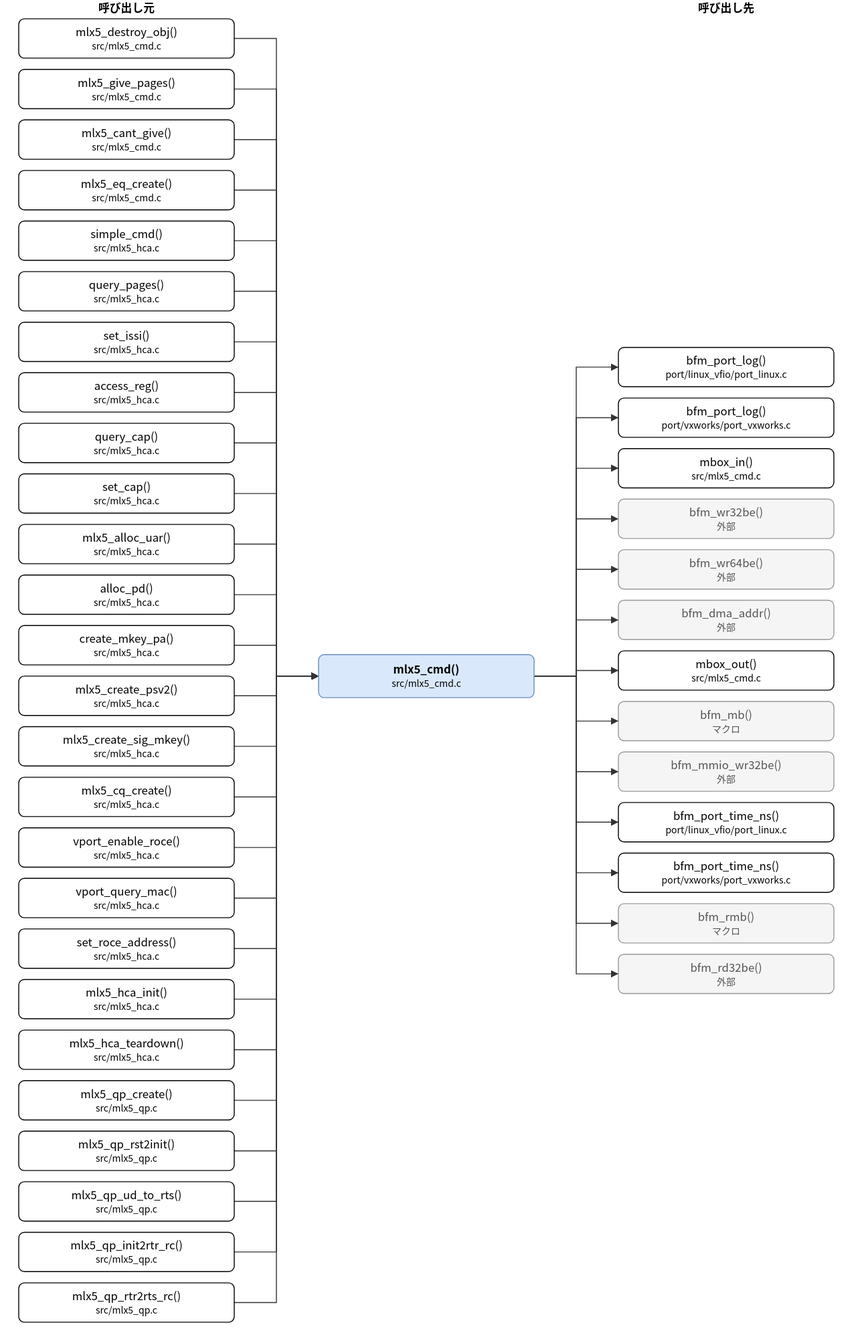
Above: doc/spec/images/call_src_mlx5_cmd-mlx5_cmd.drawio.svg in hf355051012-ai/bfmem (draw.io), before the change. Source tidied: cells renumbered, new cells last; positions are measured from the earlier drawing's top-left corner, leaving out a move shared by most shapes.
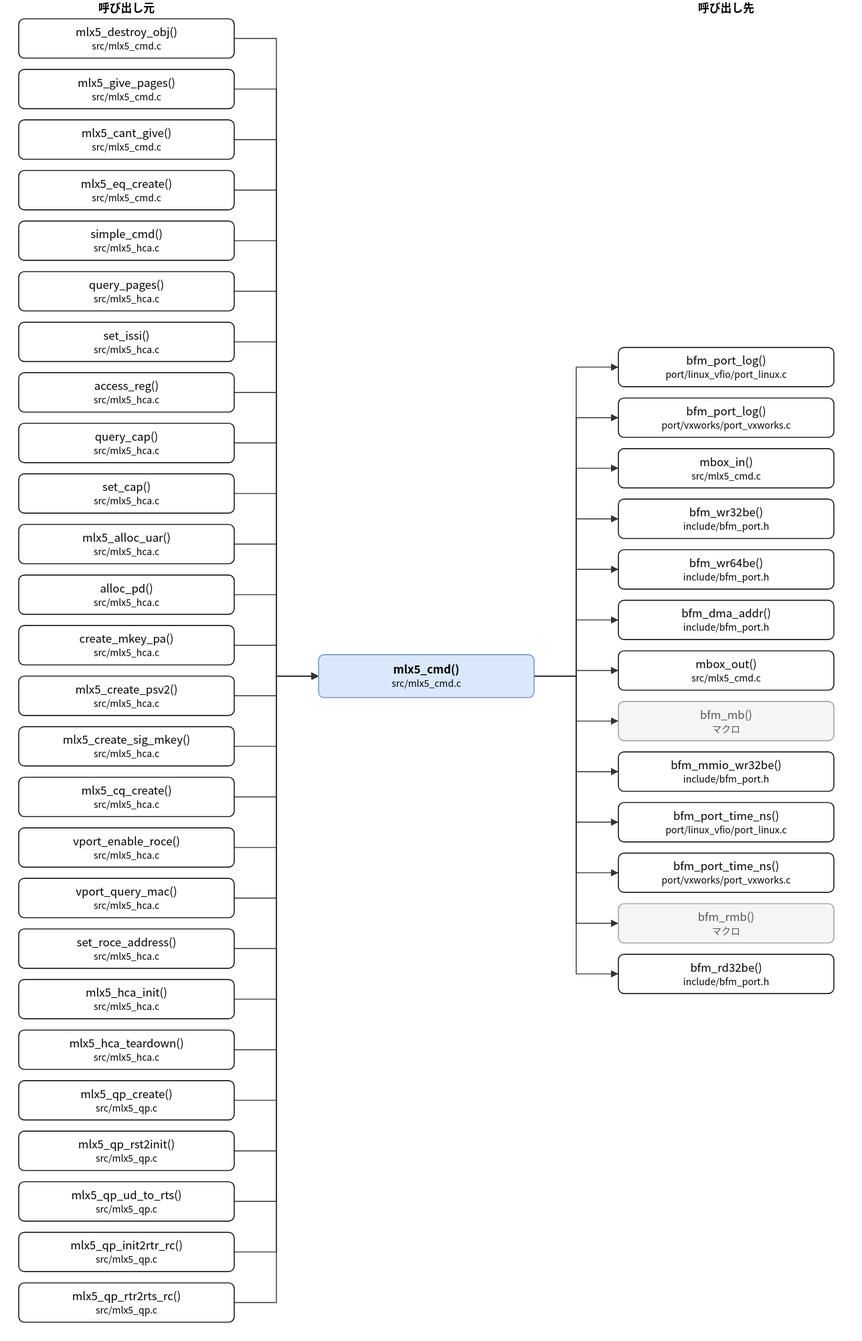
The same file after the commit.

Diff of the diagram source:
```diff
@@ -92,13 +92,13 @@
     <mxCell id="31" value="mbox_in()&lt;br&gt;&lt;font style=&quot;font-size:10px&quot;&gt;src/mlx5_cmd.c&lt;/font&gt;" style="rounded=1;whiteSpace=wrap;html=1;" parent="1" vertex="1">
       <mxGeometry x="640" y="479" width="230" height="42" as="geometry" />
     </mxCell>
-    <mxCell id="32" value="bfm_wr32be()&lt;br&gt;&lt;font style=&quot;font-size:10px&quot;&gt;外部&lt;/font&gt;" style="rounded=1;whiteSpace=wrap;html=1;fillColor=#f5f5f5;strokeColor=#999999;fontColor=#555555;" parent="1" vertex="1">
+    <mxCell id="32" value="bfm_wr32be()&lt;br&gt;&lt;font style=&quot;font-size:10px&quot;&gt;include/bfm_port.h&lt;/font&gt;" style="rounded=1;whiteSpace=wrap;html=1;" parent="1" vertex="1">
       <mxGeometry x="640" y="533" width="230" height="42" as="geometry" />
     </mxCell>
-    <mxCell id="33" value="bfm_wr64be()&lt;br&gt;&lt;font style=&quot;font-size:10px&quot;&gt;外部&lt;/font&gt;" style="rounded=1;whiteSpace=wrap;html=1;fillColor=#f5f5f5;strokeColor=#999999;fontColor=#555555;" parent="1" vertex="1">
+    <mxCell id="33" value="bfm_wr64be()&lt;br&gt;&lt;font style=&quot;font-size:10px&quot;&gt;include/bfm_port.h&lt;/font&gt;" style="rounded=1;whiteSpace=wrap;html=1;" parent="1" vertex="1">
       <mxGeometry x="640" y="587" width="230" height="42" as="geometry" />
     </mxCell>
-    <mxCell id="34" value="bfm_dma_addr()&lt;br&gt;&lt;font style=&quot;font-size:10px&quot;&gt;外部&lt;/font&gt;" style="rounded=1;whiteSpace=wrap;html=1;fillColor=#f5f5f5;strokeColor=#999999;fontColor=#555555;" parent="1" vertex="1">
+    <mxCell id="34" value="bfm_dma_addr()&lt;br&gt;&lt;font style=&quot;font-size:10px&quot;&gt;include/bfm_port.h&lt;/font&gt;" style="rounded=1;whiteSpace=wrap;html=1;" parent="1" vertex="1">
       <mxGeometry x="640" y="641" width="230" height="42" as="geometry" />
     </mxCell>
     <mxCell id="35" value="mbox_out()&lt;br&gt;&lt;font style=&quot;font-size:10px&quot;&gt;src/mlx5_cmd.c&lt;/font&gt;" style="rounded=1;whiteSpace=wrap;html=1;" parent="1" vertex="1">
@@ -107,7 +107,7 @@
     <mxCell id="36" value="bfm_mb()&lt;br&gt;&lt;font style=&quot;font-size:10px&quot;&gt;マクロ&lt;/font&gt;" style="rounded=1;whiteSpace=wrap;html=1;fillColor=#f5f5f5;strokeColor=#999999;fontColor=#555555;" parent="1" vertex="1">
       <mxGeometry x="640" y="749" width="230" height="42" as="geometry" />
     </mxCell>
-    <mxCell id="37" value="bfm_mmio_wr32be()&lt;br&gt;&lt;font style=&quot;font-size:10px&quot;&gt;外部&lt;/font&gt;" style="rounded=1;whiteSpace=wrap;html=1;fillColor=#f5f5f5;strokeColor=#999999;fontColor=#555555;" parent="1" vertex="1">
+    <mxCell id="37" value="bfm_mmio_wr32be()&lt;br&gt;&lt;font style=&quot;font-size:10px&quot;&gt;include/bfm_port.h&lt;/font&gt;" style="rounded=1;whiteSpace=wrap;html=1;" parent="1" vertex="1">
       <mxGeometry x="640" y="803" width="230" height="42" as="geometry" />
     </mxCell>
     <mxCell id="38" value="bfm_port_time_ns()&lt;br&gt;&lt;font style=&quot;font-size:10px&quot;&gt;port/linux_vfio/port_linux.c&lt;/font&gt;" style="rounded=1;whiteSpace=wrap;html=1;" parent="1" vertex="1">
@@ -119,7 +119,7 @@
     <mxCell id="40" value="bfm_rmb()&lt;br&gt;&lt;font style=&quot;font-size:10px&quot;&gt;マクロ&lt;/font&gt;" style="rounded=1;whiteSpace=wrap;html=1;fillColor=#f5f5f5;strokeColor=#999999;fontColor=#555555;" parent="1" vertex="1">
       <mxGeometry x="640" y="965" width="230" height="42" as="geometry" />
     </mxCell>
-    <mxCell id="41" value="bfm_rd32be()&lt;br&gt;&lt;font style=&quot;font-size:10px&quot;&gt;外部&lt;/font&gt;" style="rounded=1;whiteSpace=wrap;html=1;fillColor=#f5f5f5;strokeColor=#999999;fontColor=#555555;" parent="1" vertex="1">
+    <mxCell id="41" value="bfm_rd32be()&lt;br&gt;&lt;font style=&quot;font-size:10px&quot;&gt;include/bfm_port.h&lt;/font&gt;" style="rounded=1;whiteSpace=wrap;html=1;" parent="1" vertex="1">
       <mxGeometry x="640" y="1019" width="230" height="42" as="geometry" />
     </mxCell>
     <mxCell id="42" style="edgeStyle=none;html=1;rounded=0;endArrow=block;endFill=1;exitX=1.0000;exitY=0.5000;exitDx=0;exitDy=0;exitPerimeter=0;entryX=0.0000;entryY=0.5000;entryDx=0;entryDy=0;entryPerimeter=0;" parent="1" edge="1" source="3" target="2">
```
